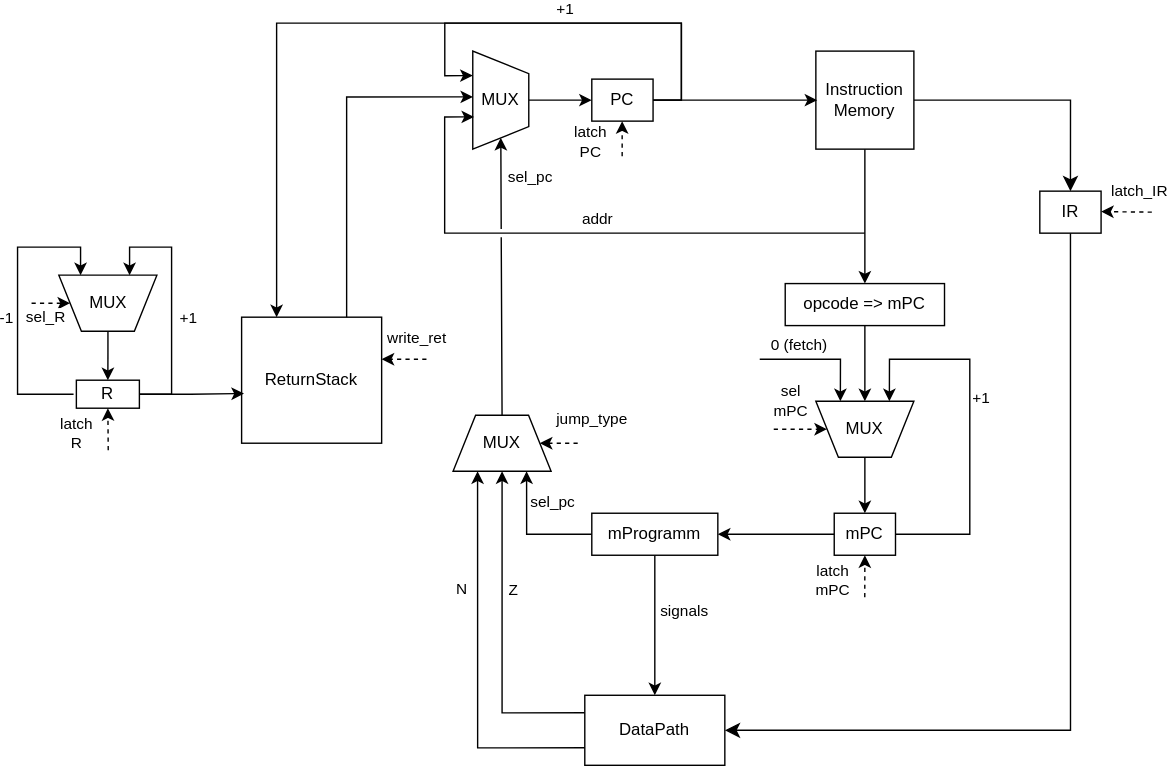
ni-hvosta-in/lab4-csa keeps this draw.io diagram as schemes/ControlUnit.svg. Above is the earlier version. Source tidied: cells renumbered, new cells last; positions are measured from the earlier drawing's top-left corner, leaving out a move shared by most shapes.
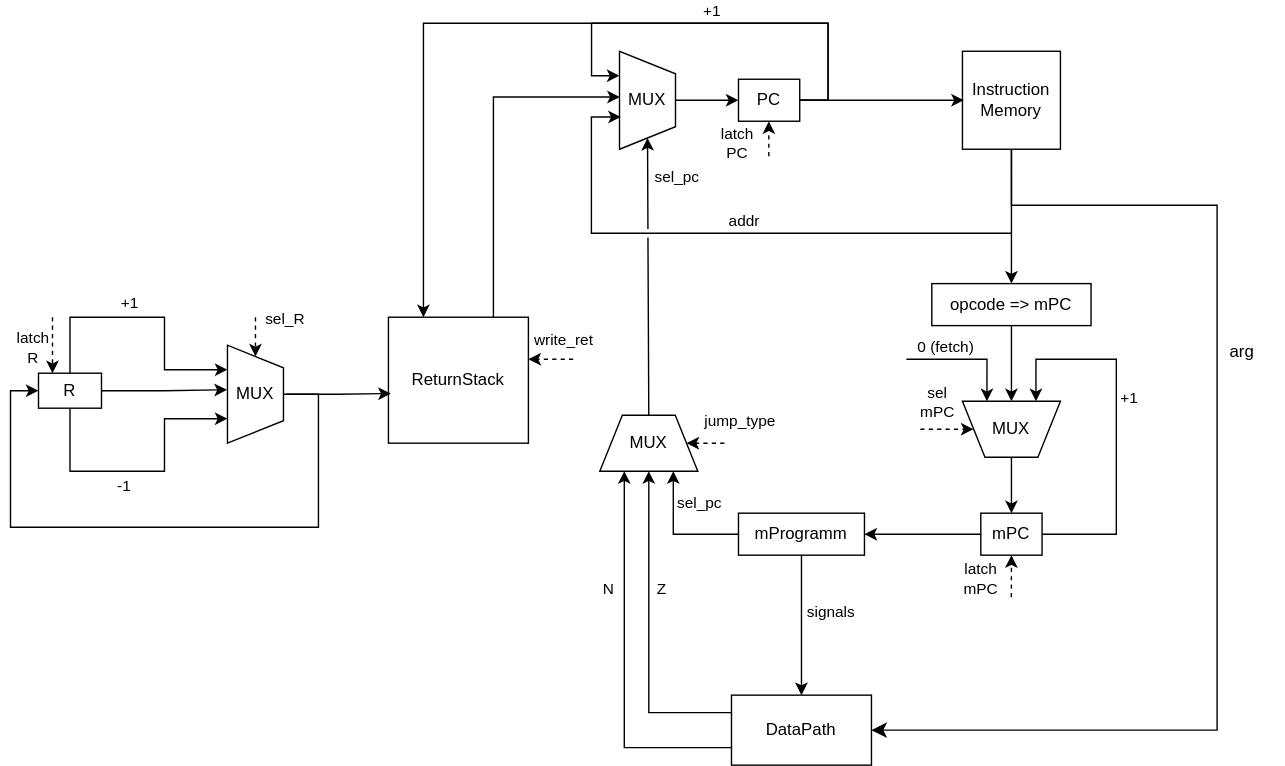
After the change.

The edit, as a diff of the source:
```diff
@@ -43,9 +43,6 @@
     <mxCell id="8" style="edgeStyle=orthogonalEdgeStyle;rounded=0;jettySize=auto;html=1;exitX=0.5;exitY=1;exitDx=0;exitDy=0;entryX=0.5;entryY=0;entryDx=0;entryDy=0;" parent="1" edge="1" source="10" target="13">
       <mxGeometry relative="1" as="geometry" />
     </mxCell>
-    <mxCell id="9" style="edgeStyle=orthogonalEdgeStyle;rounded=0;jettySize=auto;html=1;exitX=1;exitY=0.5;exitDx=0;exitDy=0;fontSize=12;startSize=8;endSize=8;entryX=0.5;entryY=0;entryDx=0;entryDy=0;" parent="1" edge="1" source="10" target="60">
-      <mxGeometry relative="1" as="geometry" />
-    </mxCell>
     <mxCell id="10" value="Instruction Memory" style="rounded=0;whiteSpace=wrap;html=1;" parent="1" vertex="1">
       <mxGeometry x="570.1" y="20" width="70" height="70" as="geometry" />
     </mxCell>
@@ -187,58 +184,10 @@
     <mxCell id="41" value="ReturnStack" style="rounded=0;whiteSpace=wrap;html=1;" parent="1" vertex="1">
       <mxGeometry x="160" y="210" width="100" height="90" as="geometry" />
     </mxCell>
-    <mxCell id="42" style="edgeStyle=orthogonalEdgeStyle;rounded=0;orthogonalLoop=1;jettySize=auto;html=1;entryX=0.25;entryY=1;entryDx=0;entryDy=0;exitX=0;exitY=0.5;exitDx=0;exitDy=0;" parent="1" edge="1">
-      <mxGeometry relative="1" as="geometry">
-        <mxPoint x="40" y="265" as="sourcePoint" />
-        <mxPoint x="45" y="180" as="targetPoint" />
-        <Array as="points">
-          <mxPoint y="265" />
-          <mxPoint y="160" />
-          <mxPoint x="45" y="160" />
-        </Array>
-      </mxGeometry>
-    </mxCell>
-    <mxCell id="43" value="-1" style="edgeLabel;html=1;align=center;verticalAlign=middle;" parent="42" vertex="1">
-      <mxGeometry y="1" relative="1" as="geometry">
-        <mxPoint x="-7" y="10" as="offset" />
-      </mxGeometry>
-    </mxCell>
-    <mxCell id="44" value="R" style="rounded=0;whiteSpace=wrap;html=1;" parent="1" vertex="1">
-      <mxGeometry x="42" y="255" width="45" height="20" as="geometry" />
-    </mxCell>
-    <mxCell id="45" style="edgeStyle=orthogonalEdgeStyle;rounded=0;jettySize=auto;html=1;entryX=0.5;entryY=0;entryDx=0;entryDy=0;" parent="1" edge="1" source="46" target="44">
-      <mxGeometry relative="1" as="geometry" />
-    </mxCell>
-    <mxCell id="46" value="MUX" style="verticalLabelPosition=middle;verticalAlign=middle;html=1;shape=trapezoid;perimeter=trapezoidPerimeter;whiteSpace=wrap;size=0.23;arcSize=10;flipV=1;labelPosition=center;align=center;legacyAnchorPoints=0;" parent="1" vertex="1">
-      <mxGeometry x="29.5" y="180" width="70" height="40" as="geometry" />
-    </mxCell>
-    <mxCell id="47" style="edgeStyle=orthogonalEdgeStyle;rounded=0;jettySize=auto;html=1;entryX=0.75;entryY=1;entryDx=0;entryDy=0;" parent="1" edge="1" source="44">
-      <mxGeometry relative="1" as="geometry">
-        <mxPoint x="80" y="180" as="targetPoint" />
-        <Array as="points">
-          <mxPoint x="110" y="265" />
-          <mxPoint x="110" y="160" />
-          <mxPoint x="80" y="160" />
-        </Array>
-      </mxGeometry>
-    </mxCell>
-    <mxCell id="48" value="+1" style="edgeLabel;html=1;align=center;verticalAlign=middle;" parent="47" vertex="1">
-      <mxGeometry x="-0.12" y="-1" relative="1" as="geometry">
-        <mxPoint x="11" y="1" as="offset" />
-      </mxGeometry>
-    </mxCell>
-    <mxCell id="49" style="endArrow=classic;html=1;rounded=0;entryX=0.5;entryY=1;entryDx=0;entryDy=0;dashed=1;" parent="1" edge="1" target="44">
-      <mxGeometry relative="1" as="geometry">
-        <mxPoint x="64.8" y="305" as="sourcePoint" />
-      </mxGeometry>
-    </mxCell>
-    <mxCell id="50" value="latch&lt;br&gt;R" style="edgeLabel;html=1;align=center;verticalAlign=middle;" parent="49" vertex="1">
-      <mxGeometry x="-0.02" y="1" relative="1" as="geometry">
-        <mxPoint x="-22" y="2" as="offset" />
-      </mxGeometry>
-    </mxCell>
-    <mxCell id="51" style="edgeStyle=orthogonalEdgeStyle;rounded=0;jettySize=auto;html=1;entryX=0.017;entryY=0.606;entryDx=0;entryDy=0;entryPerimeter=0;" parent="1" edge="1" source="44" target="41">
-      <mxGeometry relative="1" as="geometry" />
+    <mxCell id="51" style="edgeStyle=orthogonalEdgeStyle;rounded=0;jettySize=auto;html=1;entryX=0.017;entryY=0.606;entryDx=0;entryDy=0;entryPerimeter=0;" parent="1" edge="1" target="41">
+      <mxGeometry relative="1" as="geometry">
+        <mxPoint x="87" y="265" as="sourcePoint" />
+      </mxGeometry>
     </mxCell>
     <mxCell id="52" style="edgeStyle=orthogonalEdgeStyle;rounded=0;jettySize=auto;html=1;exitX=0.75;exitY=0;exitDx=0;exitDy=0;entryX=0.533;entryY=0.994;entryDx=0;entryDy=0;entryPerimeter=0;" parent="1" edge="1" source="41" target="15">
       <mxGeometry relative="1" as="geometry" />
@@ -253,16 +202,6 @@
         <mxPoint x="23" y="-18" as="offset" />
       </mxGeometry>
     </mxCell>
-    <mxCell id="55" style="endArrow=classic;html=1;rounded=0;entryX=0;entryY=0.5;entryDx=0;entryDy=0;dashed=1;" parent="1" edge="1" target="46">
-      <mxGeometry relative="1" as="geometry">
-        <mxPoint x="10" y="200" as="sourcePoint" />
-      </mxGeometry>
-    </mxCell>
-    <mxCell id="56" value="sel_R" style="edgeLabel;html=1;align=center;verticalAlign=middle;" parent="55" vertex="1">
-      <mxGeometry x="-0.02" y="1" relative="1" as="geometry">
-        <mxPoint x="-4" y="11" as="offset" />
-      </mxGeometry>
-    </mxCell>
     <mxCell id="57" style="endArrow=classic;html=1;rounded=0;entryX=0.5;entryY=1;entryDx=0;entryDy=0;dashed=1;" parent="1" edge="1" target="21">
       <mxGeometry relative="1" as="geometry">
         <mxPoint x="605" y="410" as="sourcePoint" />
@@ -273,27 +212,15 @@
         <mxPoint x="-22" y="2" as="offset" />
       </mxGeometry>
     </mxCell>
-    <mxCell id="59" style="edgeStyle=orthogonalEdgeStyle;rounded=0;jettySize=auto;html=1;fontSize=12;startSize=8;endSize=8;entryX=1;entryY=0.5;entryDx=0;entryDy=0;exitX=0.5;exitY=1;exitDx=0;exitDy=0;" parent="1" edge="1" source="60" target="33">
+    <mxCell id="59" style="edgeStyle=orthogonalEdgeStyle;rounded=0;jettySize=auto;html=1;fontSize=12;startSize=8;endSize=8;entryX=1;entryY=0.5;entryDx=0;entryDy=0;exitX=0.5;exitY=1;exitDx=0;exitDy=0;" parent="1" edge="1" source="10" target="33">
       <mxGeometry relative="1" as="geometry">
         <Array as="points">
+          <mxPoint x="605" y="130" />
+          <mxPoint x="752" y="130" />
           <mxPoint x="752" y="505" />
         </Array>
       </mxGeometry>
     </mxCell>
-    <mxCell id="60" value="IR" style="rounded=0;whiteSpace=wrap;html=1;" parent="1" vertex="1">
-      <mxGeometry x="730" y="120" width="43.8" height="30" as="geometry" />
-    </mxCell>
-    <mxCell id="61" style="endArrow=classic;html=1;rounded=0;entryX=0;entryY=0.5;entryDx=0;entryDy=0;dashed=1;" parent="1" edge="1">
-      <mxGeometry relative="1" as="geometry">
-        <mxPoint x="810" y="135" as="sourcePoint" />
-        <mxPoint x="773.8" y="134.6" as="targetPoint" />
-      </mxGeometry>
-    </mxCell>
-    <mxCell id="62" value="latch_IR" style="edgeLabel;html=1;align=center;verticalAlign=middle;" parent="61" vertex="1">
-      <mxGeometry x="-0.02" y="1" relative="1" as="geometry">
-        <mxPoint x="9" y="-16" as="offset" />
-      </mxGeometry>
-    </mxCell>
     <mxCell id="63" style="endArrow=classic;html=1;rounded=0;entryX=1;entryY=0.5;entryDx=0;entryDy=0;dashed=1;labelBackgroundColor=none;fontColor=default;" parent="1" edge="1">
       <mxGeometry relative="1" as="geometry">
         <mxPoint x="292" y="240" as="sourcePoint" />
@@ -305,5 +232,76 @@
         <mxPoint x="8" y="-16" as="offset" />
       </mxGeometry>
     </mxCell>
+    <mxCell id="65" style="edgeStyle=orthogonalEdgeStyle;rounded=0;jettySize=auto;html=1;entryX=0.75;entryY=1;entryDx=0;entryDy=0;" parent="1" edge="1" source="44" target="46">
+      <mxGeometry relative="1" as="geometry">
+        <Array as="points">
+          <mxPoint x="-67" y="210" />
+          <mxPoint y="210" />
+          <mxPoint y="248" />
+        </Array>
+      </mxGeometry>
+    </mxCell>
+    <mxCell id="48" value="+1" style="edgeLabel;html=1;align=center;verticalAlign=middle;" parent="65" vertex="1">
+      <mxGeometry x="-0.14" y="3" relative="1" as="geometry">
+        <mxPoint y="-8" as="offset" />
+      </mxGeometry>
+    </mxCell>
+    <mxCell id="66" style="edgeStyle=orthogonalEdgeStyle;rounded=0;jettySize=auto;html=1;entryX=0.25;entryY=1;entryDx=0;entryDy=0;" parent="1" edge="1" source="44" target="46">
+      <mxGeometry relative="1" as="geometry">
+        <Array as="points">
+          <mxPoint x="-67" y="320" />
+          <mxPoint y="320" />
+          <mxPoint y="283" />
+        </Array>
+      </mxGeometry>
+    </mxCell>
+    <mxCell id="43" value="-1" style="edgeLabel;html=1;align=center;verticalAlign=middle;" parent="66" vertex="1">
+      <mxGeometry x="-0.15" y="-4" relative="1" as="geometry">
+        <mxPoint y="6" as="offset" />
+      </mxGeometry>
+    </mxCell>
+    <mxCell id="44" value="R" style="rounded=0;whiteSpace=wrap;html=1;labelBackgroundColor=none;" parent="1" vertex="1">
+      <mxGeometry x="-90" y="250" width="45" height="25" as="geometry" />
+    </mxCell>
+    <mxCell id="67" style="endArrow=classic;html=1;rounded=0;entryX=1;entryY=0.5;entryDx=0;entryDy=0;dashed=1;labelBackgroundColor=none;fontColor=default;" parent="1" edge="1" target="46">
+      <mxGeometry relative="1" as="geometry">
+        <mxPoint x="65" y="210" as="sourcePoint" />
+      </mxGeometry>
+    </mxCell>
+    <mxCell id="56" value="sel_R" style="edgeLabel;html=1;align=center;verticalAlign=middle;labelBackgroundColor=none;" parent="67" vertex="1">
+      <mxGeometry x="-0.08" y="1" relative="1" as="geometry">
+        <mxPoint x="19" y="-13" as="offset" />
+      </mxGeometry>
+    </mxCell>
+    <mxCell id="45" style="edgeStyle=orthogonalEdgeStyle;rounded=0;jettySize=auto;html=1;entryX=0;entryY=0.5;entryDx=0;entryDy=0;" parent="1" edge="1" source="46" target="44">
+      <mxGeometry relative="1" as="geometry">
+        <Array as="points">
+          <mxPoint x="110" y="265" />
+          <mxPoint x="110" y="360" />
+          <mxPoint x="-110" y="360" />
+          <mxPoint x="-110" y="262" />
+        </Array>
+      </mxGeometry>
+    </mxCell>
+    <mxCell id="46" value="MUX" style="verticalLabelPosition=middle;verticalAlign=middle;html=1;shape=trapezoid;perimeter=trapezoidPerimeter;whiteSpace=wrap;size=0.23;arcSize=10;flipV=1;labelPosition=center;align=center;legacyAnchorPoints=0;labelBackgroundColor=none;direction=south;" parent="1" vertex="1">
+      <mxGeometry x="45" y="230" width="40" height="70" as="geometry" />
+    </mxCell>
+    <mxCell id="68" style="edgeStyle=orthogonalEdgeStyle;rounded=0;jettySize=auto;html=1;entryX=0.545;entryY=1.008;entryDx=0;entryDy=0;entryPerimeter=0;" parent="1" edge="1" source="44" target="46">
+      <mxGeometry relative="1" as="geometry" />
+    </mxCell>
+    <mxCell id="69" style="endArrow=classic;html=1;rounded=0;entryX=0.223;entryY=0;entryDx=0;entryDy=0;dashed=1;labelBackgroundColor=none;fontColor=default;entryPerimeter=0;" parent="1" edge="1">
+      <mxGeometry relative="1" as="geometry">
+        <mxPoint x="-80" y="210" as="sourcePoint" />
+        <mxPoint x="-80" y="250" as="targetPoint" />
+      </mxGeometry>
+    </mxCell>
+    <mxCell id="50" value="latch&lt;br&gt;R" style="edgeLabel;html=1;align=center;verticalAlign=middle;labelBackgroundColor=none;" parent="69" vertex="1">
+      <mxGeometry x="-0.02" y="1" relative="1" as="geometry">
+        <mxPoint x="-16" y="1" as="offset" />
+      </mxGeometry>
+    </mxCell>
+    <mxCell id="70" value="arg" style="text;html=1;whiteSpace=wrap;strokeColor=none;fillColor=none;align=center;verticalAlign=middle;rounded=0;" parent="1" vertex="1">
+      <mxGeometry x="740" y="220" width="60" height="30" as="geometry" />
+    </mxCell>
   </root>
 </mxGraphModel>
```
